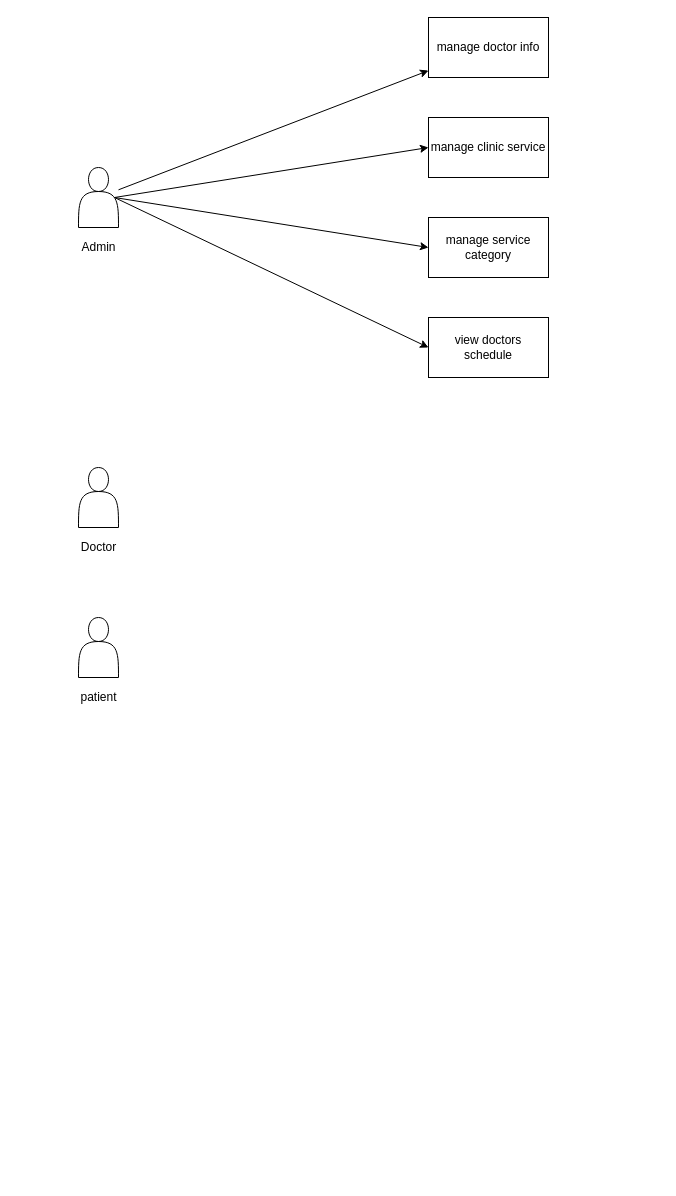
This is .drawio from yazan-zoghbi/meditrack-backend, a draw.io file, before an edit. Source tidied: cells renumbered, new cells numbered last; positions are measured from the earlier drawing's top-left corner, leaving out a move shared by most shapes. Both pictures are drawn from the tidied source at 100%, with x=0, y=0 at pixel (73, 17).
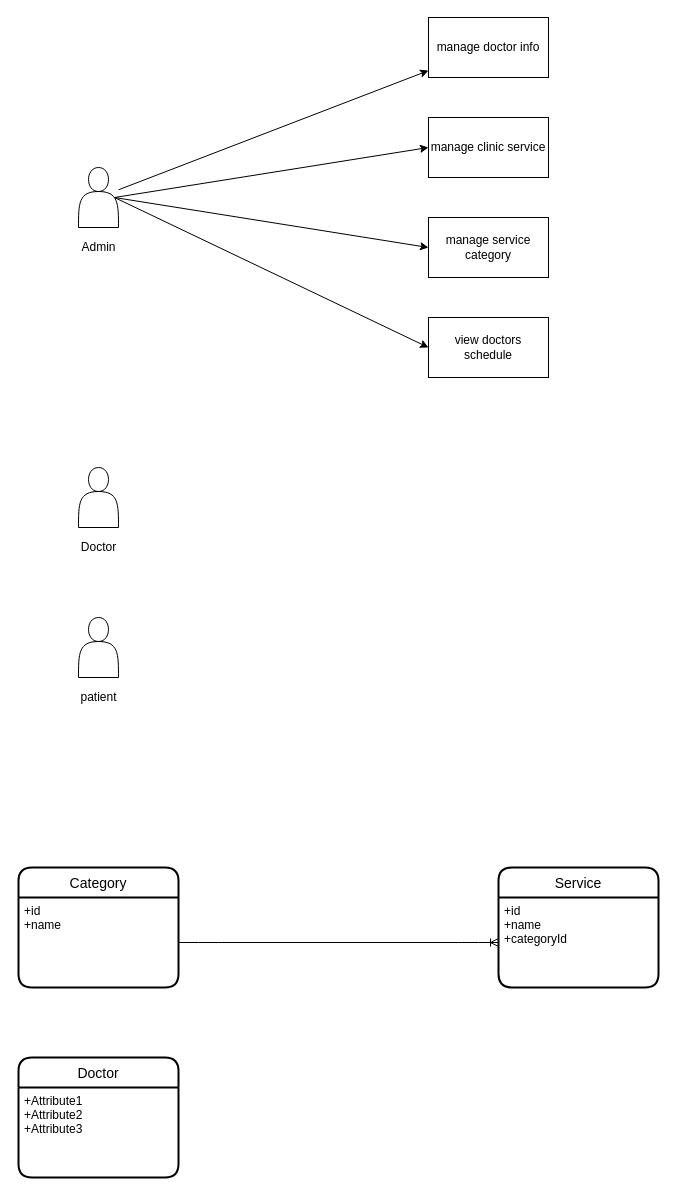
The same diagram, later.

Commit message:
[EDIT] flow chart updated

What changed in the source:
```diff
@@
+    <mxCell id="16" value="Service" style="swimlane;horizontal=1;startSize=30;rounded=1;fontSize=14;fontStyle=0;strokeWidth=2;shadow=0;dashed=0;align=center;" parent="1" vertex="1">
+      <mxGeometry x="425" y="850" width="160" height="120" as="geometry" />
+    </mxCell>
+    <mxCell id="17" value="+id&#10;+name&#10;+categoryId" style="align=left;strokeColor=none;fillColor=none;spacingLeft=4;fontSize=12;verticalAlign=top;" parent="16" vertex="1">
+      <mxGeometry y="30" width="160" height="90" as="geometry" />
+    </mxCell>
+    <mxCell id="18" value="Category" style="swimlane;horizontal=1;startSize=30;rounded=1;fontSize=14;fontStyle=0;strokeWidth=2;shadow=0;dashed=0;align=center;" parent="1" vertex="1">
+      <mxGeometry x="-55" y="850" width="160" height="120" as="geometry" />
+    </mxCell>
+    <mxCell id="19" value="+id&#10;+name" style="align=left;strokeColor=none;fillColor=none;spacingLeft=4;fontSize=12;verticalAlign=top;" parent="18" vertex="1">
+      <mxGeometry y="30" width="160" height="90" as="geometry" />
+    </mxCell>
+    <mxCell id="20" style="edgeStyle=entityRelationEdgeStyle;fontSize=12;html=1;endArrow=ERoneToMany;exitX=1;exitY=0.5;exitDx=0;exitDy=0;entryX=0;entryY=0.5;entryDx=0;entryDy=0;" parent="1" edge="1" source="19" target="17">
+      <mxGeometry relative="1" as="geometry" />
+    </mxCell>
+    <mxCell id="21" value="Doctor" style="swimlane;horizontal=1;startSize=30;rounded=1;fontSize=14;fontStyle=0;strokeWidth=2;shadow=0;dashed=0;align=center;" parent="1" vertex="1">
+      <mxGeometry x="-55" y="1040" width="160" height="120" as="geometry" />
+    </mxCell>
+    <mxCell id="22" value="+Attribute1&#10;+Attribute2&#10;+Attribute3" style="align=left;strokeColor=none;fillColor=none;spacingLeft=4;fontSize=12;verticalAlign=top;" parent="21" vertex="1">
+      <mxGeometry y="30" width="160" height="90" as="geometry" />
+    </mxCell>
```
